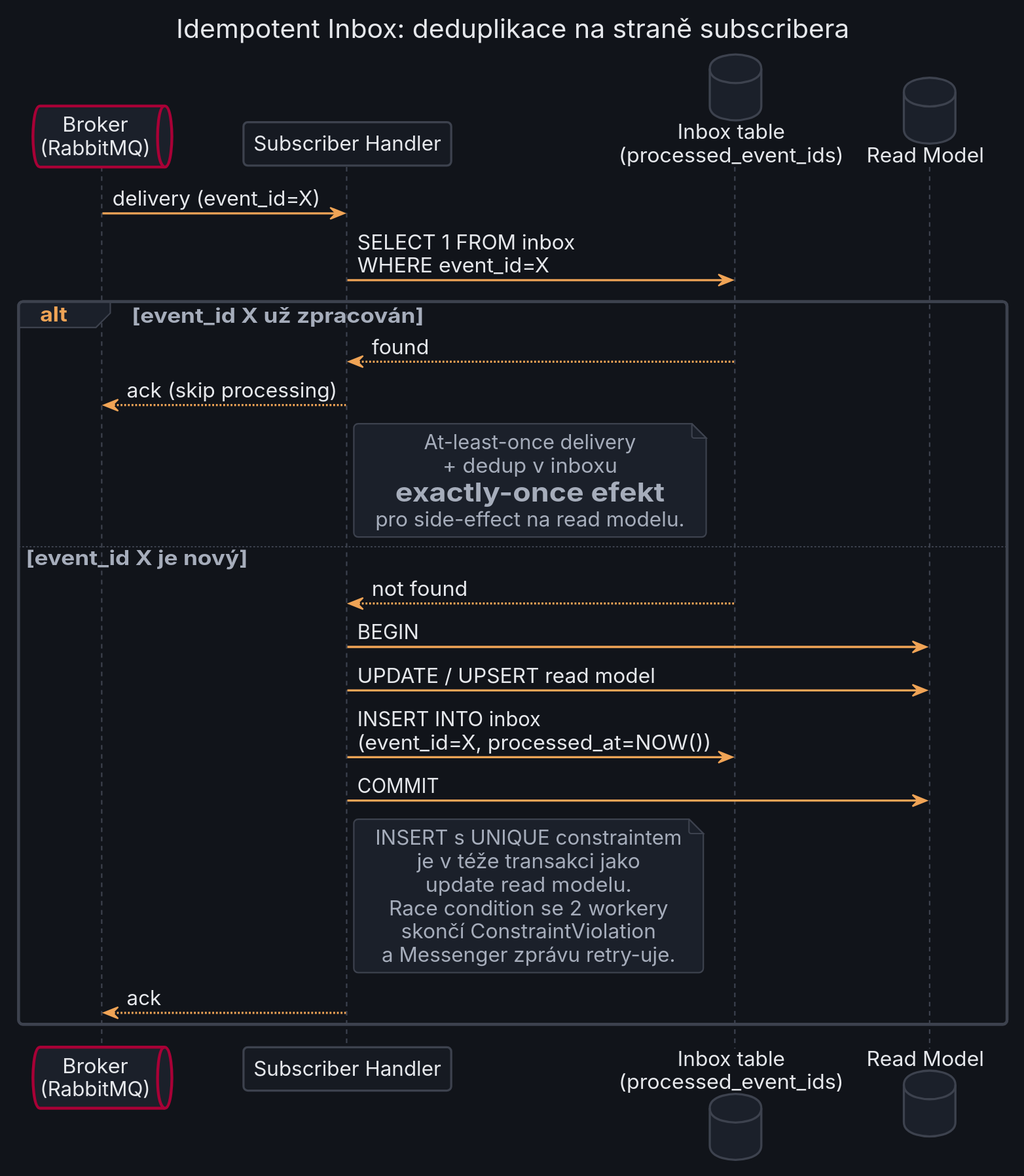
Above: templates/diagrams/14_outbox/inbox_idempotency.svg in MichalKatuscak/ddd-v-symfony (PlantUML), before the change.
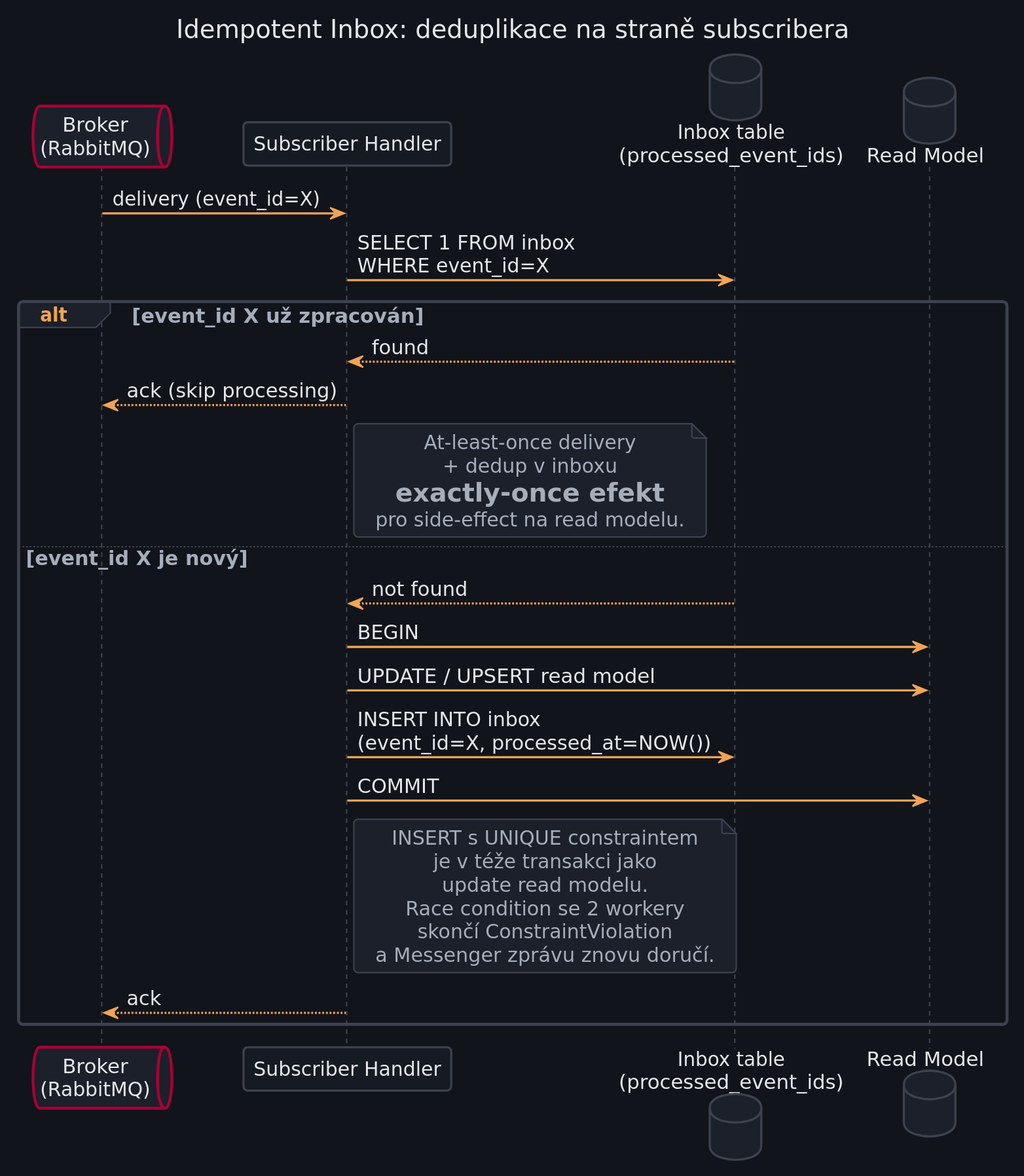
Later version of the same file.

What changed in the source:
```diff
@@ -209,7 +209,7 @@
     update read modelu.
     Race condition se 2 workery
     skončí ConstraintViolation
-    a Messenger zprávu retry-uje.
+    a Messenger zprávu znovu doručí.
   end note
   h --> mq : ack
 end
```
